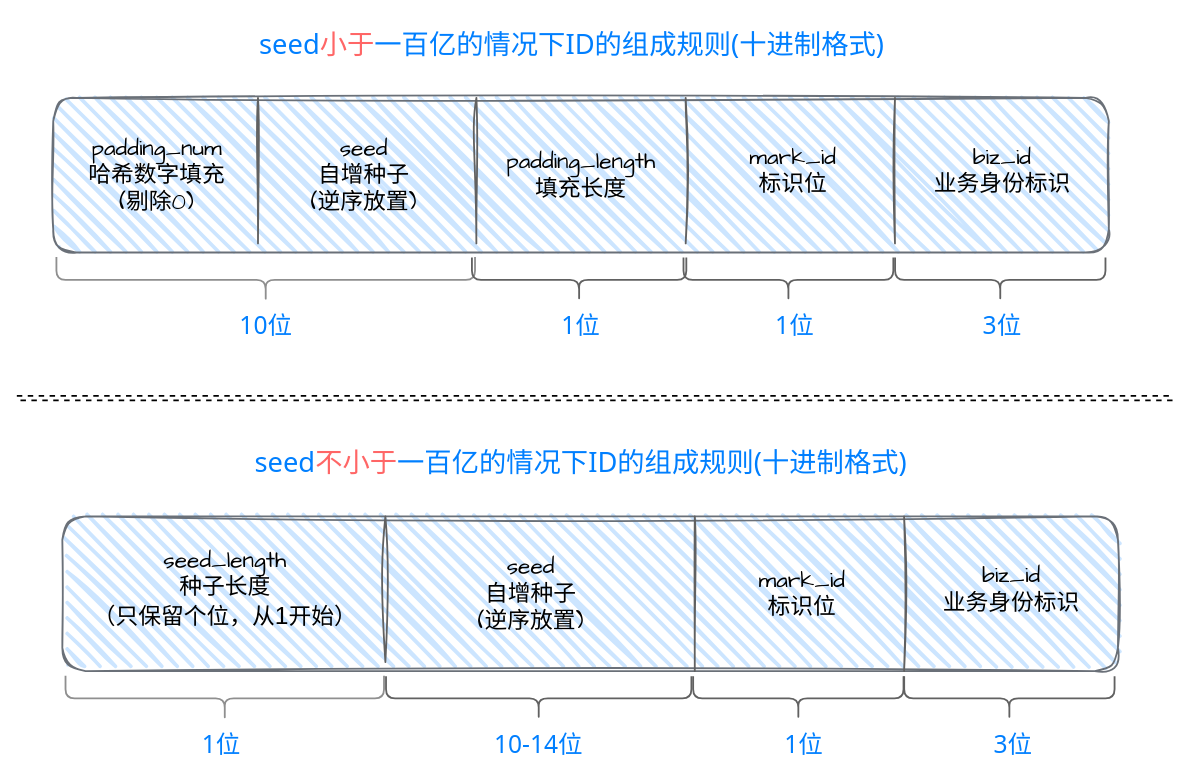
This is pictures/csd-id.drawio from dimdark/my-drawio, a draw.io file, before an edit. Source tidied: cells renumbered, new cells numbered last; positions are measured from the earlier drawing's top-left corner, leaving out a move shared by most shapes. Both pictures are drawn from the tidied source at 91%, with x=0, y=0 at pixel (16, 15).
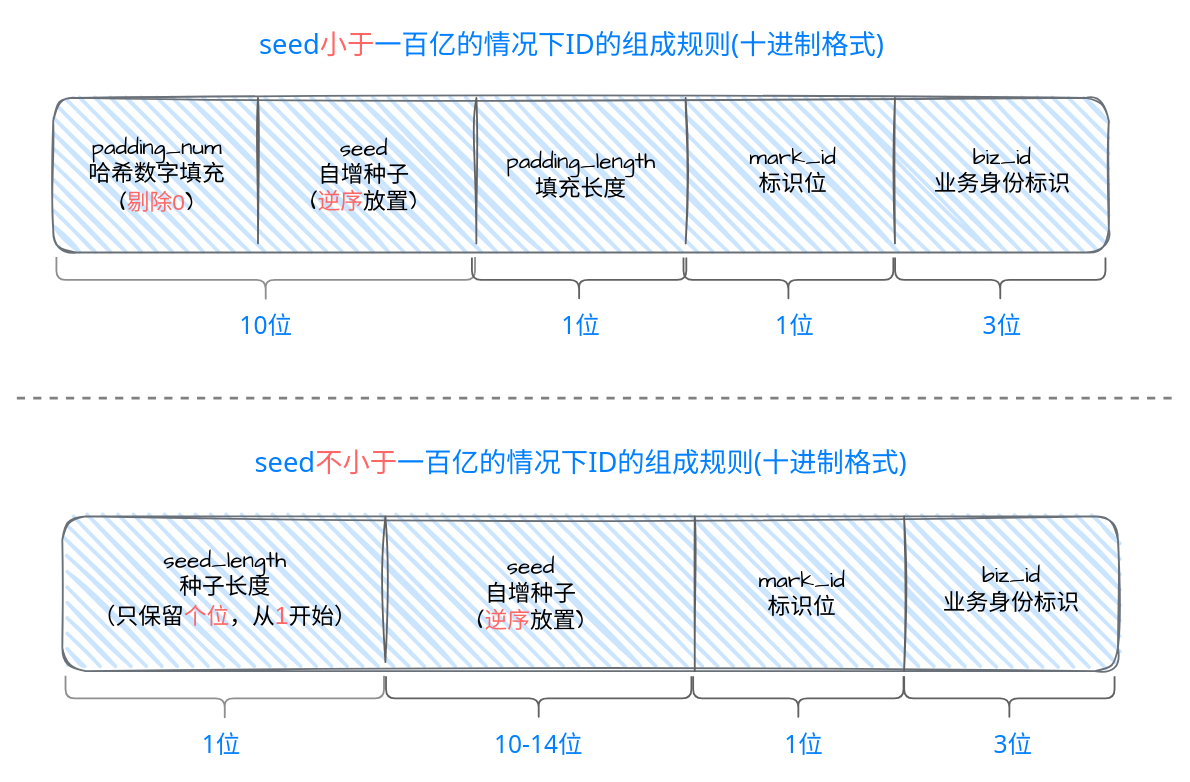
After the change.

Change to the diagram source:
```diff
@@
-    <mxCell id="4" value="&lt;font style=&quot;font-size: 25px;&quot;&gt;seed&lt;br style=&quot;font-size: 25px;&quot;&gt;自增种子&lt;br&gt;(逆序放置)&lt;/font&gt;" style="text;html=1;strokeColor=none;fillColor=none;align=center;verticalAlign=middle;whiteSpace=wrap;rounded=0;sketch=1;hachureGap=4;jiggle=2;fontFamily=Architects Daughter;fontSize=25;" parent="1" vertex="1">
+    <mxCell id="4" value="&lt;font style=&quot;font-size: 25px;&quot;&gt;seed&lt;br style=&quot;font-size: 25px;&quot;&gt;自增种子&lt;br&gt;(&lt;font color=&quot;#ff6666&quot;&gt;逆序&lt;/font&gt;放置)&lt;/font&gt;" style="text;html=1;strokeColor=none;fillColor=none;align=center;verticalAlign=middle;whiteSpace=wrap;rounded=0;sketch=1;hachureGap=4;jiggle=2;fontFamily=Architects Daughter;fontSize=25;" parent="1" vertex="1">
       <mxGeometry x="293.5" y="140" width="175" height="70" as="geometry" />
     </mxCell>
@@
-    <mxCell id="9" value="&lt;font style=&quot;font-size: 25px;&quot;&gt;padding_num&lt;br style=&quot;font-size: 25px;&quot;&gt;哈希数字填充(剔除0)&lt;br style=&quot;font-size: 25px;&quot;&gt;&lt;/font&gt;" style="text;html=1;strokeColor=none;fillColor=none;align=center;verticalAlign=middle;whiteSpace=wrap;rounded=0;sketch=1;hachureGap=4;jiggle=2;fontFamily=Architects Daughter;fontSize=25;" parent="1" vertex="1">
+    <mxCell id="9" value="&lt;font style=&quot;font-size: 25px;&quot;&gt;padding_num&lt;br style=&quot;font-size: 25px;&quot;&gt;哈希数字填充(&lt;font color=&quot;#ff6666&quot;&gt;剔除&lt;font style=&quot;&quot; face=&quot;Helvetica&quot;&gt;0&lt;/font&gt;&lt;/font&gt;)&lt;br style=&quot;font-size: 25px;&quot;&gt;&lt;/font&gt;" style="text;html=1;strokeColor=none;fillColor=none;align=center;verticalAlign=middle;whiteSpace=wrap;rounded=0;sketch=1;hachureGap=4;jiggle=2;fontFamily=Architects Daughter;fontSize=25;" parent="1" vertex="1">
       <mxGeometry x="68.5" y="140" width="170" height="70" as="geometry" />
     </mxCell>
@@
-    <mxCell id="22" value="&lt;font style=&quot;font-size: 25px;&quot;&gt;seed&lt;br style=&quot;font-size: 25px;&quot;&gt;自增种子&lt;br&gt;(逆序放置)&lt;/font&gt;" style="text;html=1;strokeColor=none;fillColor=none;align=center;verticalAlign=middle;whiteSpace=wrap;rounded=0;sketch=1;hachureGap=4;jiggle=2;fontFamily=Architects Daughter;fontSize=25;" parent="1" vertex="1">
+    <mxCell id="22" value="&lt;font style=&quot;font-size: 25px;&quot;&gt;seed&lt;br style=&quot;font-size: 25px;&quot;&gt;自增种子&lt;br&gt;(&lt;font color=&quot;#ff6666&quot;&gt;逆序&lt;/font&gt;放置)&lt;/font&gt;" style="text;html=1;strokeColor=none;fillColor=none;align=center;verticalAlign=middle;whiteSpace=wrap;rounded=0;sketch=1;hachureGap=4;jiggle=2;fontFamily=Architects Daughter;fontSize=25;" parent="1" vertex="1">
       <mxGeometry x="425" y="590" width="280" height="90" as="geometry" />
     </mxCell>
@@
-    <mxCell id="24" value="&lt;font style=&quot;&quot;&gt;seed_length&lt;br style=&quot;font-size: 25px;&quot;&gt;种子长度&lt;br&gt;（只保留个位，从&lt;font style=&quot;font-size: 27px;&quot; face=&quot;Helvetica&quot;&gt;1&lt;/font&gt;开始）&lt;br style=&quot;font-size: 25px;&quot;&gt;&lt;/font&gt;" style="text;html=1;strokeColor=none;fillColor=none;align=center;verticalAlign=middle;whiteSpace=wrap;rounded=0;sketch=1;hachureGap=4;jiggle=2;fontFamily=Architects Daughter;fontSize=25;" parent="1" vertex="1">
+    <mxCell id="24" value="&lt;font style=&quot;&quot;&gt;seed_length&lt;br style=&quot;font-size: 25px;&quot;&gt;种子长度&lt;br&gt;（只保留&lt;font color=&quot;#ff6666&quot;&gt;个位&lt;/font&gt;，从&lt;font color=&quot;#ff6666&quot; style=&quot;font-size: 27px;&quot; face=&quot;Helvetica&quot;&gt;1&lt;/font&gt;开始）&lt;br style=&quot;font-size: 25px;&quot;&gt;&lt;/font&gt;" style="text;html=1;strokeColor=none;fillColor=none;align=center;verticalAlign=middle;whiteSpace=wrap;rounded=0;sketch=1;hachureGap=4;jiggle=2;fontFamily=Architects Daughter;fontSize=25;" parent="1" vertex="1">
       <mxGeometry x="78.5" y="590" width="300" height="80" as="geometry" />
     </mxCell>
@@
-    <mxCell id="38" style="endArrow=none;html=1;rounded=0;fontFamily=Helvetica;fontSize=30;fontColor=#007FFF;strokeWidth=2;strokeColor=default;sketch=0;shadow=0;shape=link;dashed=1;" parent="1" edge="1">
+    <mxCell id="38" style="endArrow=none;html=1;rounded=0;fontFamily=Helvetica;fontSize=30;fontColor=#007FFF;strokeWidth=3;strokeColor=#808080;sketch=0;shadow=0;dashed=1;edgeStyle=orthogonalEdgeStyle;" parent="1" edge="1">
       <mxGeometry relative="1" as="geometry">
         <mxPoint y="420" as="sourcePoint" />
         <mxPoint x="1270" y="420" as="targetPoint" />
       </mxGeometry>
     </mxCell>
```
